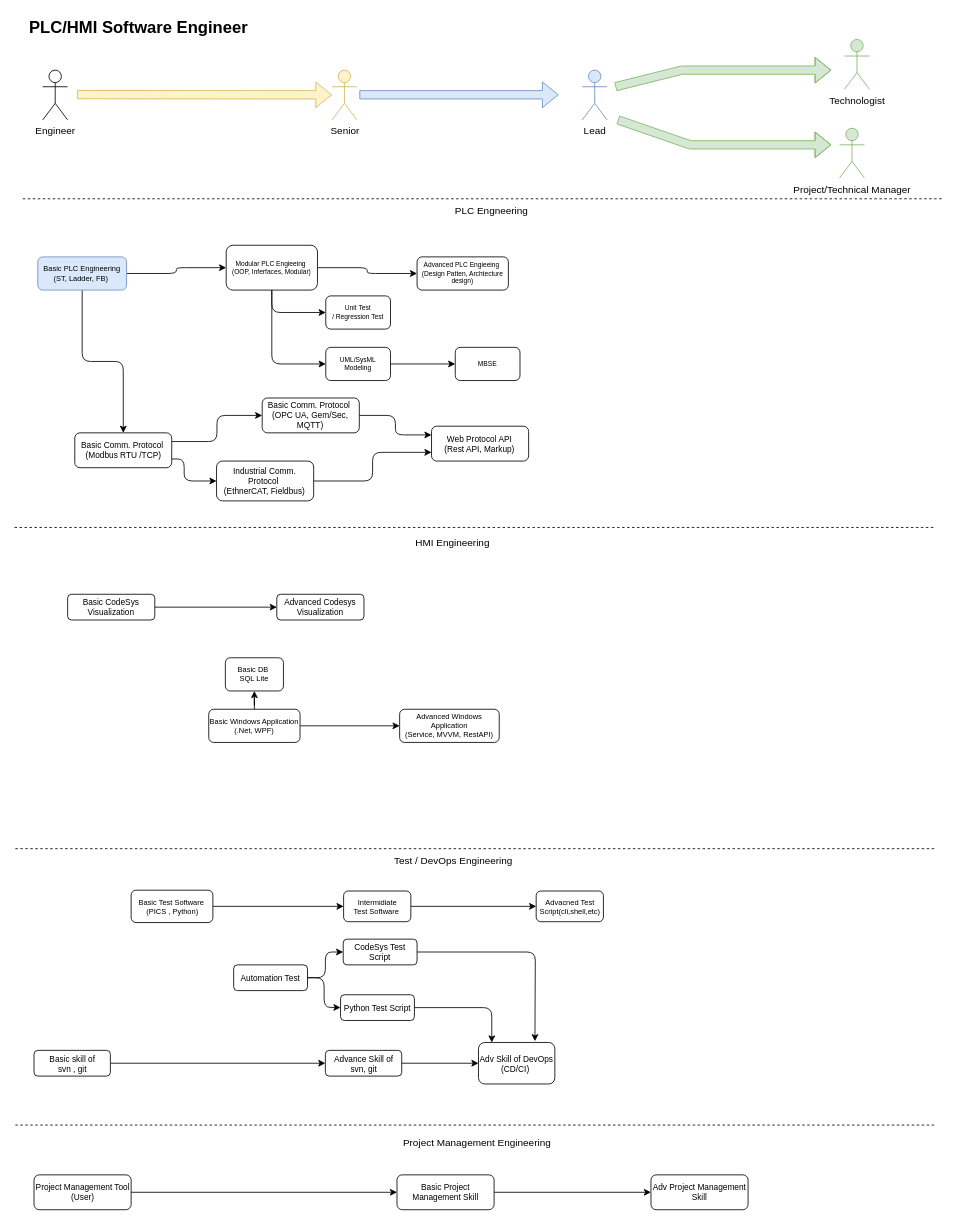
Above: page "PLC/HMI" (2 of 5) of CareerWorkShop.drawio in EdwardsKorea/CommonDrawIO (draw.io), before the change. Source tidied: cells renumbered, new cells numbered last; positions are measured from the earlier drawing's top-left corner, leaving out a move shared by most shapes. Both pictures are drawn from the tidied source at 83%, with x=0, y=0 at pixel (14, 14).
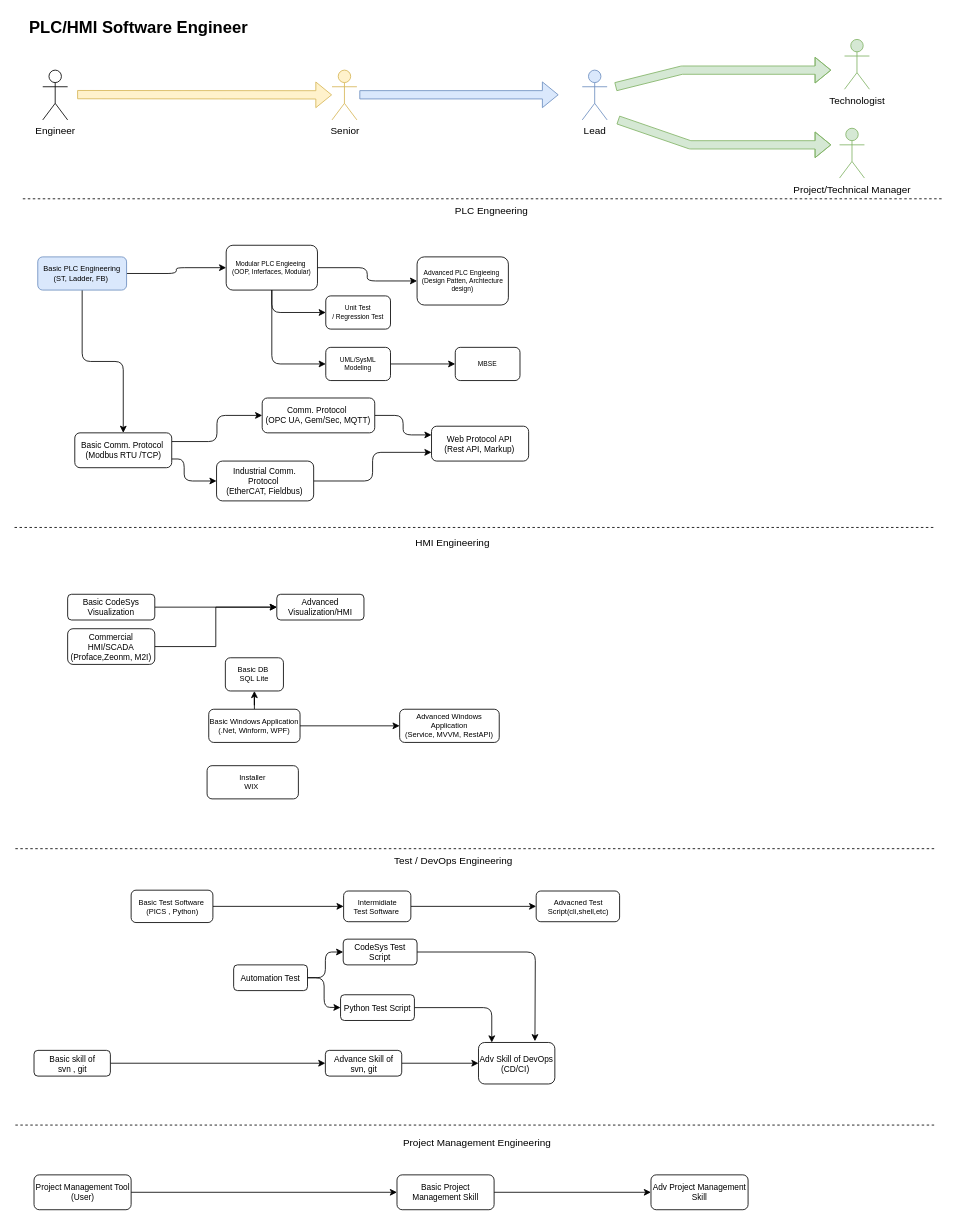
The same page after the edit.

Change to the diagram source:
```diff
@@
     <mxCell id="14" value="Advanced PLC Engieeing&amp;nbsp;&lt;br style=&quot;font-size: 8px;&quot;&gt;(Design Patten, Archtecture design)" style="rounded=1;whiteSpace=wrap;html=1;fontSize=8;" parent="1" vertex="1">
-      <mxGeometry x="485" y="292" width="110" height="40" as="geometry" />
+      <mxGeometry x="485" y="292" width="110" height="58" as="geometry" />
     </mxCell>
@@
-    <mxCell id="41" value="Basic Comm. Protocol&amp;nbsp;&lt;br style=&quot;font-size: 10px;&quot;&gt;(OPC UA, Gem/Sec, MQTT)" style="rounded=1;whiteSpace=wrap;html=1;fontSize=10;" parent="1" vertex="1">
-      <mxGeometry x="298.4" y="462" width="117" height="42" as="geometry" />
+    <mxCell id="41" value="Comm. Protocol&amp;nbsp;&lt;br style=&quot;font-size: 10px;&quot;&gt;(OPC UA, Gem/Sec, MQTT)" style="rounded=1;whiteSpace=wrap;html=1;fontSize=10;" parent="1" vertex="1">
+      <mxGeometry x="298.4" y="462" width="135.6" height="42" as="geometry" />
     </mxCell>
@@
-    <mxCell id="48" value="Industrial Comm. Protocol&amp;nbsp;&lt;br style=&quot;font-size: 10px;&quot;&gt;(EthnerCAT, Fieldbus)" style="rounded=1;whiteSpace=wrap;html=1;fontSize=10;" parent="1" vertex="1">
+    <mxCell id="48" value="Industrial Comm. Protocol&amp;nbsp;&lt;br style=&quot;font-size: 10px;&quot;&gt;(EtherCAT, Fieldbus)" style="rounded=1;whiteSpace=wrap;html=1;fontSize=10;" parent="1" vertex="1">
       <mxGeometry x="243.4" y="538" width="117" height="48" as="geometry" />
     </mxCell>
@@
     <mxCell id="50" value="Advacned Test Script(cli,shell,etc)" style="rounded=1;whiteSpace=wrap;html=1;fontSize=9;" parent="1" vertex="1">
-      <mxGeometry x="628.5" y="1056" width="81" height="37" as="geometry" />
+      <mxGeometry x="628.5" y="1056" width="100.5" height="37" as="geometry" />
     </mxCell>
@@
-    <mxCell id="66" value="Basic Windows Application&lt;br style=&quot;font-size: 9px;&quot;&gt;(.Net, WPF)" style="rounded=1;whiteSpace=wrap;html=1;fontSize=9;" parent="1" vertex="1">
+    <mxCell id="66" value="Basic Windows Application&lt;br style=&quot;font-size: 9px;&quot;&gt;(.Net, Winform, WPF)" style="rounded=1;whiteSpace=wrap;html=1;fontSize=9;" parent="1" vertex="1">
       <mxGeometry x="234" y="837" width="110" height="40" as="geometry" />
     </mxCell>
@@
-    <mxCell id="70" value="Advanced Codesys Visualization" style="rounded=1;whiteSpace=wrap;html=1;fontSize=10;" parent="1" vertex="1">
+    <mxCell id="70" value="Advanced Visualization/HMI" style="rounded=1;whiteSpace=wrap;html=1;fontSize=10;" parent="1" vertex="1">
       <mxGeometry x="316" y="698.5" width="105" height="31" as="geometry" />
     </mxCell>
+    <mxCell id="71" style="edgeStyle=orthogonalEdgeStyle;rounded=0;jettySize=auto;html=1;entryX=0;entryY=0.5;entryDx=0;entryDy=0;" parent="1" edge="1" source="72" target="70">
+      <mxGeometry relative="1" as="geometry" />
+    </mxCell>
+    <mxCell id="72" value="Commercial HMI/SCADA (Proface,Zeonm, M2I)" style="rounded=1;whiteSpace=wrap;html=1;fontSize=10;" parent="1" vertex="1">
+      <mxGeometry x="64" y="740" width="105" height="43" as="geometry" />
+    </mxCell>
+    <mxCell id="73" value="Installer &lt;br&gt;WIX&amp;nbsp;" style="rounded=1;whiteSpace=wrap;html=1;fontSize=9;" parent="1" vertex="1">
+      <mxGeometry x="232" y="905" width="110" height="40" as="geometry" />
+    </mxCell>
```
